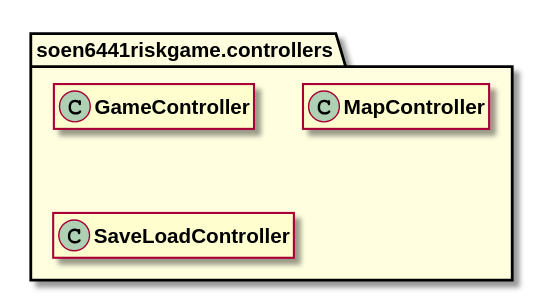
Earlier version of the PlantUML export docs/javadocs/soen6441riskgame/controllers/package-summary.svg (huntertran/soen6441-riskgame). Its diagram source:
```plantuml
@startuml

skinparam svgLinkTarget _parent
skinparam linetype ortho
package soen6441riskgame.controllers [[../../soen6441riskgame/controllers/package-summary.html{soen6441riskgame.controllers}]] #lightyellow {
}

class "<b><size:14>GameController</b>" as soen6441riskgame.controllers.GameController  [[../../soen6441riskgame/controllers/GameController.html{soen6441riskgame.controllers.GameController}]] {
}

hide soen6441riskgame.controllers.GameController fields
hide soen6441riskgame.controllers.GameController methods

class "<b><size:14>MapController</b>" as soen6441riskgame.controllers.MapController  [[../../soen6441riskgame/controllers/MapController.html{soen6441riskgame.controllers.MapController}]] {
}

hide soen6441riskgame.controllers.MapController fields
hide soen6441riskgame.controllers.MapController methods

class "<b><size:14>SaveLoadController</b>" as soen6441riskgame.controllers.SaveLoadController  [[../../soen6441riskgame/controllers/SaveLoadController.html{soen6441riskgame.controllers.SaveLoadController}]] {
}

hide soen6441riskgame.controllers.SaveLoadController fields
hide soen6441riskgame.controllers.SaveLoadController methods


@enduml
```
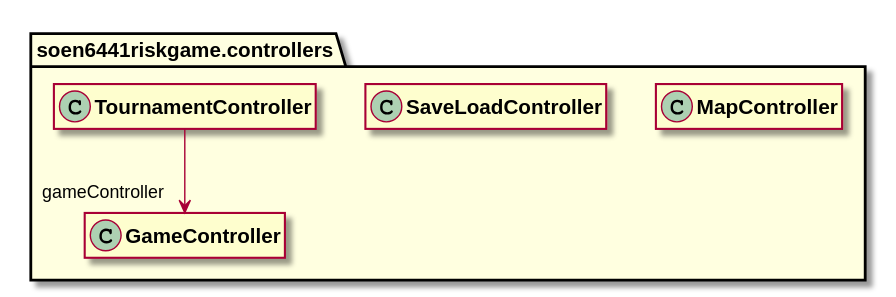
Above is the later version.

Change to the diagram source:
```diff
@@ -23,5 +23,12 @@
 hide soen6441riskgame.controllers.SaveLoadController fields
 hide soen6441riskgame.controllers.SaveLoadController methods
 
+class "<b><size:14>TournamentController</b>" as soen6441riskgame.controllers.TournamentController  [[../../soen6441riskgame/controllers/TournamentController.html{soen6441riskgame.controllers.TournamentController}]] {
+}
+
+hide soen6441riskgame.controllers.TournamentController fields
+hide soen6441riskgame.controllers.TournamentController methods
+
+soen6441riskgame.controllers.TournamentController -->  "gameController" soen6441riskgame.controllers.GameController
 
 @enduml
```
